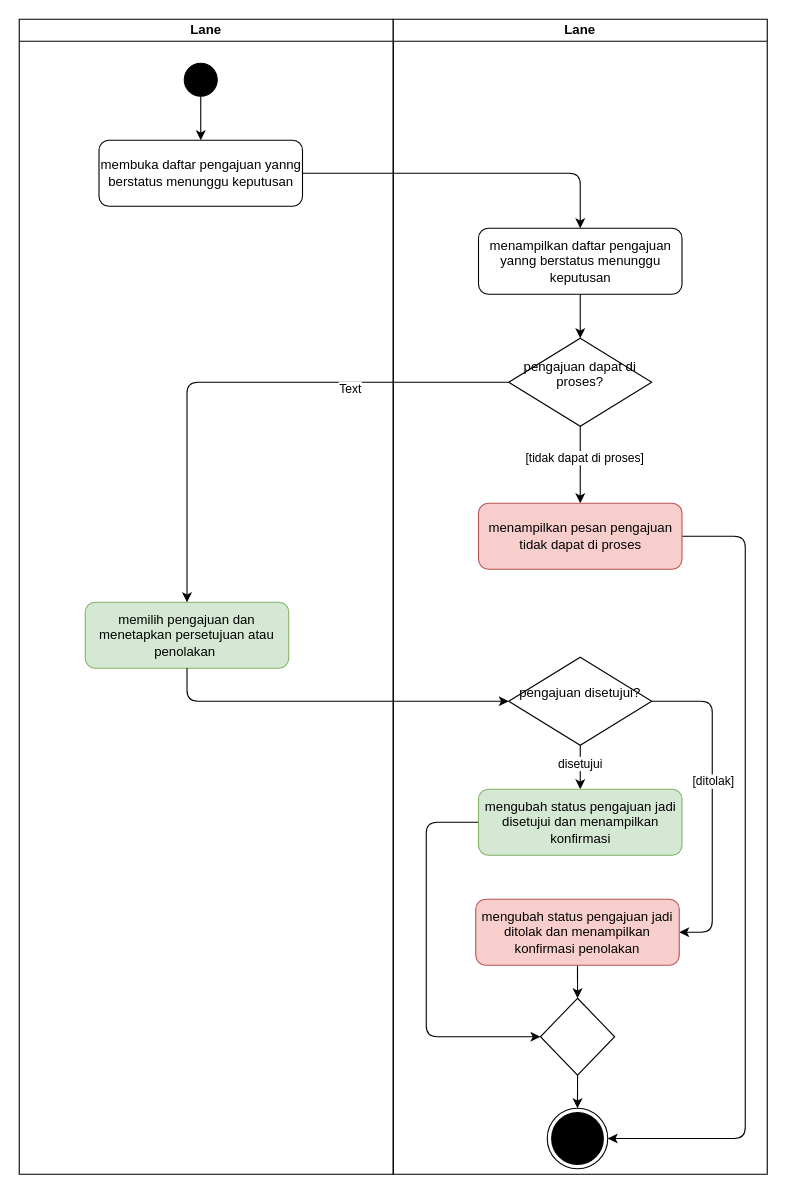
Above: 04_model_analisis/P06/LAB/P06_2406096_LAB_activity_keputusan_v01.drawio in 2406096-jul/IFRWP5149_2406096_LabAlat (draw.io), before the change. Source tidied: cells renumbered, new cells numbered last; positions are measured from the earlier drawing's top-left corner, leaving out a move shared by most shapes. Both pictures are drawn from the tidied source at 110%, with x=0, y=0 at pixel (19, 19).
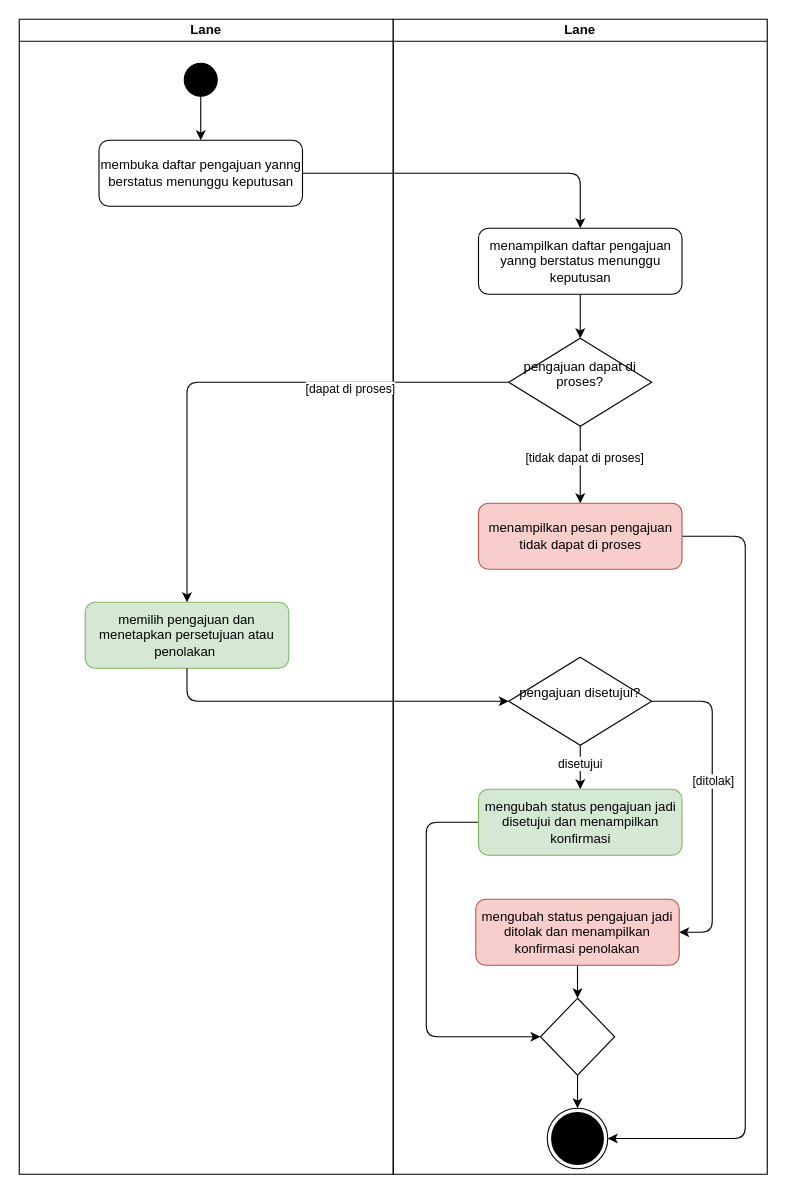
After the change.

Commit message:
P06 - Activity Diagram Lihat Laporan Peminjaman

The change refers to these unchanged cells:
```xml
<mxCell id="28" style="edgeStyle=orthogonalEdgeStyle;html=1;exitX=0;exitY=0.5;exitDx=0;exitDy=0;entryX=0.5;entryY=0;entryDx=0;entryDy=0;" parent="1" edge="1" source="12" target="6">
  <mxGeometry relative="1" as="geometry" />
</mxCell>
```

Diff of the diagram source:
```diff
@@
-    <mxCell id="29" value="Text" style="edgeLabel;html=1;align=center;verticalAlign=middle;inheritText=1;" parent="28" vertex="1">
+    <mxCell id="29" value="[dapat di proses]" style="edgeLabel;html=1;align=center;verticalAlign=middle;inheritText=1;" parent="28" vertex="1">
       <mxGeometry x="-0.41" y="5" relative="1" as="geometry" />
     </mxCell>
```
